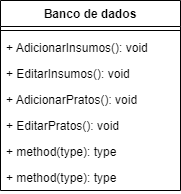
Before: documentos/diagramas/Modelo_Conceitual.drawio.png, a diagram exported from draw.io (DougzCD/JCRESW1). Source tidied: cells renumbered, new cells last; positions are measured from the earlier drawing's top-left corner, leaving out a move shared by most shapes.
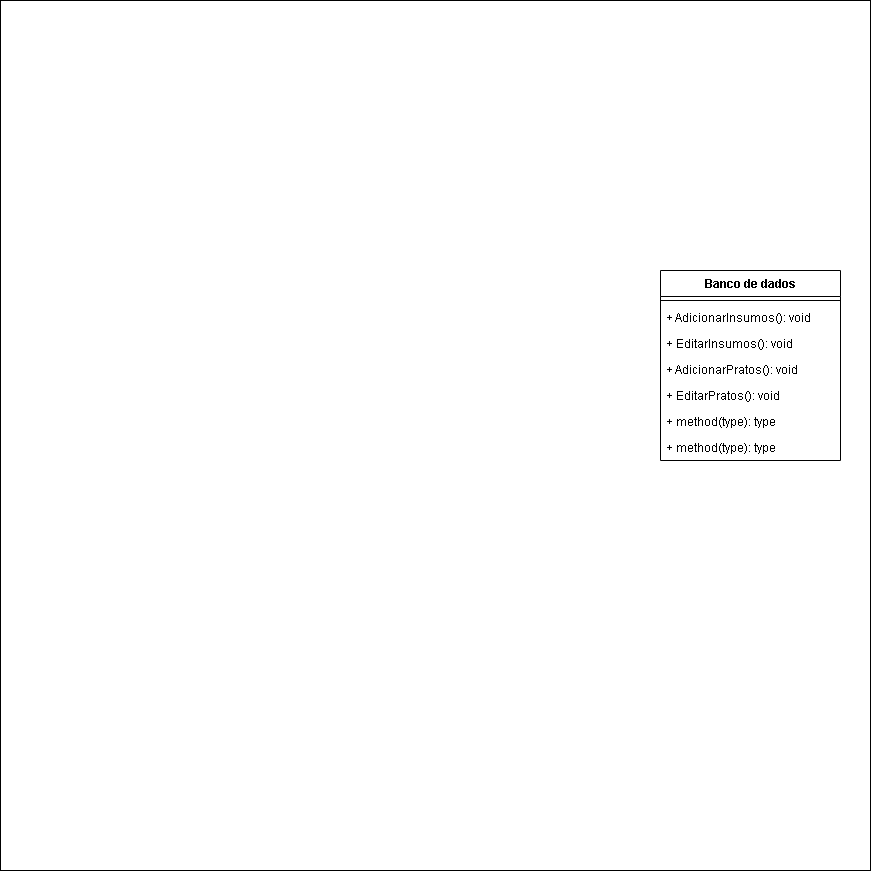
Later version of the same file.

What changed in the source:
```diff
@@ -2,6 +2,9 @@
   <root>
     <mxCell id="0" />
     <mxCell id="1" parent="0" />
+    <mxCell id="10" style="rounded=0;whiteSpace=wrap;html=1;" parent="1" vertex="1">
+      <mxGeometry x="-660" y="-270" width="870" height="870" as="geometry" />
+    </mxCell>
     <mxCell id="2" value="Banco de dados" style="swimlane;fontStyle=1;align=center;verticalAlign=top;horizontal=1;startSize=26;" parent="1" vertex="1">
       <mxGeometry width="180" height="190" as="geometry" />
     </mxCell>
```
